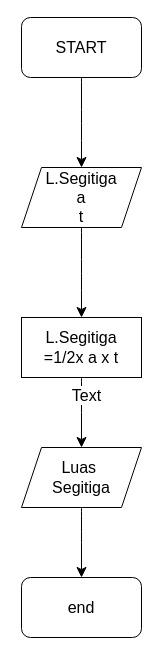
Naurah02/Naura keeps this draw.io diagram as Untitled Diagram.drawio. Above is the earlier version. Source tidied: cells renumbered, new cells numbered last; positions are measured from the earlier drawing's top-left corner, leaving out a move shared by most shapes. Both pictures are drawn from the tidied source at 100%, with x=0, y=0 at pixel (21, 17).
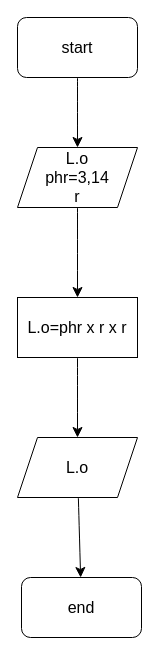
Above is the later version.

Commit message:
menghitung luas lingkaran.drawio

Diff of the diagram source:
```diff
@@
 <mxGraphModel>
   <root>
     <mxCell id="0" />
     <mxCell id="1" parent="0" />
-    <mxCell id="2" style="edgeStyle=none;curved=1;rounded=0;jettySize=auto;html=1;exitX=0.5;exitY=1;exitDx=0;exitDy=0;entryX=0.5;entryY=0;entryDx=0;entryDy=0;fontSize=12;startSize=8;endSize=8;" parent="1" edge="1" source="3" target="5">
-      <mxGeometry relative="1" as="geometry" />
-    </mxCell>
-    <mxCell id="3" value="START" style="rounded=1;whiteSpace=wrap;html=1;fontSize=16;" parent="1" vertex="1">
-      <mxGeometry width="120" height="60" as="geometry" />
-    </mxCell>
-    <mxCell id="4" style="edgeStyle=none;curved=1;rounded=0;jettySize=auto;html=1;fontSize=12;startSize=8;endSize=8;" parent="1" edge="1" source="5" target="8">
-      <mxGeometry relative="1" as="geometry" />
-    </mxCell>
-    <mxCell id="5" value="L.Segitiga&lt;br&gt;a&lt;br&gt;t" style="shape=parallelogram;perimeter=parallelogramPerimeter;whiteSpace=wrap;html=1;fixedSize=1;fontSize=16;" parent="1" vertex="1">
-      <mxGeometry y="150" width="120" height="60" as="geometry" />
-    </mxCell>
-    <mxCell id="6" style="edgeStyle=none;curved=1;rounded=0;jettySize=auto;html=1;fontSize=12;startSize=8;endSize=8;" parent="1" edge="1" source="8" target="10">
-      <mxGeometry relative="1" as="geometry" />
-    </mxCell>
-    <mxCell id="7" value="Text" style="edgeLabel;html=1;align=center;verticalAlign=middle;fontSize=16;" parent="6" vertex="1">
-      <mxGeometry x="-0.51" y="4" relative="1" as="geometry" />
-    </mxCell>
-    <mxCell id="8" value="L.Segitiga&lt;br&gt;=1/2x a x t" style="rounded=0;whiteSpace=wrap;html=1;fontSize=16;" parent="1" vertex="1">
-      <mxGeometry y="300" width="120" height="60" as="geometry" />
-    </mxCell>
-    <mxCell id="9" style="edgeStyle=none;curved=1;rounded=0;jettySize=auto;html=1;fontSize=12;startSize=8;endSize=8;" parent="1" edge="1" target="11">
-      <mxGeometry relative="1" as="geometry">
-        <mxPoint x="60" y="490" as="sourcePoint" />
-      </mxGeometry>
-    </mxCell>
-    <mxCell id="10" value="Luas&amp;nbsp;&lt;br&gt;Segitiga" style="shape=parallelogram;perimeter=parallelogramPerimeter;whiteSpace=wrap;html=1;fixedSize=1;fontSize=16;" parent="1" vertex="1">
-      <mxGeometry y="430" width="120" height="60" as="geometry" />
-    </mxCell>
+    <mxCell id="12" style="edgeStyle=none;curved=1;rounded=0;jettySize=auto;html=1;fontSize=12;startSize=8;endSize=8;" parent="1" edge="1" source="13" target="15">
+      <mxGeometry relative="1" as="geometry" />
+    </mxCell>
+    <mxCell id="13" value="start" style="rounded=1;whiteSpace=wrap;html=1;fontSize=16;" parent="1" vertex="1">
+      <mxGeometry x="-4" width="120" height="60" as="geometry" />
+    </mxCell>
+    <mxCell id="14" style="edgeStyle=none;curved=1;rounded=0;jettySize=auto;html=1;fontSize=12;startSize=8;endSize=8;" parent="1" edge="1" source="15" target="17">
+      <mxGeometry relative="1" as="geometry" />
+    </mxCell>
+    <mxCell id="15" value="L.o&lt;br&gt;phr=3,14&lt;br&gt;r" style="shape=parallelogram;perimeter=parallelogramPerimeter;whiteSpace=wrap;html=1;fixedSize=1;fontSize=16;" parent="1" vertex="1">
+      <mxGeometry x="-4" y="130" width="120" height="60" as="geometry" />
+    </mxCell>
+    <mxCell id="16" style="edgeStyle=none;curved=1;rounded=0;jettySize=auto;html=1;fontSize=12;startSize=8;endSize=8;" parent="1" edge="1" source="17" target="19">
+      <mxGeometry relative="1" as="geometry" />
+    </mxCell>
+    <mxCell id="17" value="L.o=phr x r x r" style="rounded=0;whiteSpace=wrap;html=1;fontSize=16;" parent="1" vertex="1">
+      <mxGeometry x="-4" y="280" width="120" height="60" as="geometry" />
+    </mxCell>
+    <mxCell id="18" style="edgeStyle=none;curved=1;rounded=0;jettySize=auto;html=1;fontSize=12;startSize=8;endSize=8;" parent="1" edge="1" source="19" target="11">
+      <mxGeometry relative="1" as="geometry" />
+    </mxCell>
+    <mxCell id="19" value="L.o" style="shape=parallelogram;perimeter=parallelogramPerimeter;whiteSpace=wrap;html=1;fixedSize=1;fontSize=16;" parent="1" vertex="1">
+      <mxGeometry x="-4" y="420" width="120" height="60" as="geometry" />
+    </mxCell>
     <mxCell id="11" value="end" style="rounded=1;whiteSpace=wrap;html=1;fontSize=16;" parent="1" vertex="1">
       <mxGeometry y="560" width="120" height="60" as="geometry" />
     </mxCell>
   </root>
 </mxGraphModel>
```
